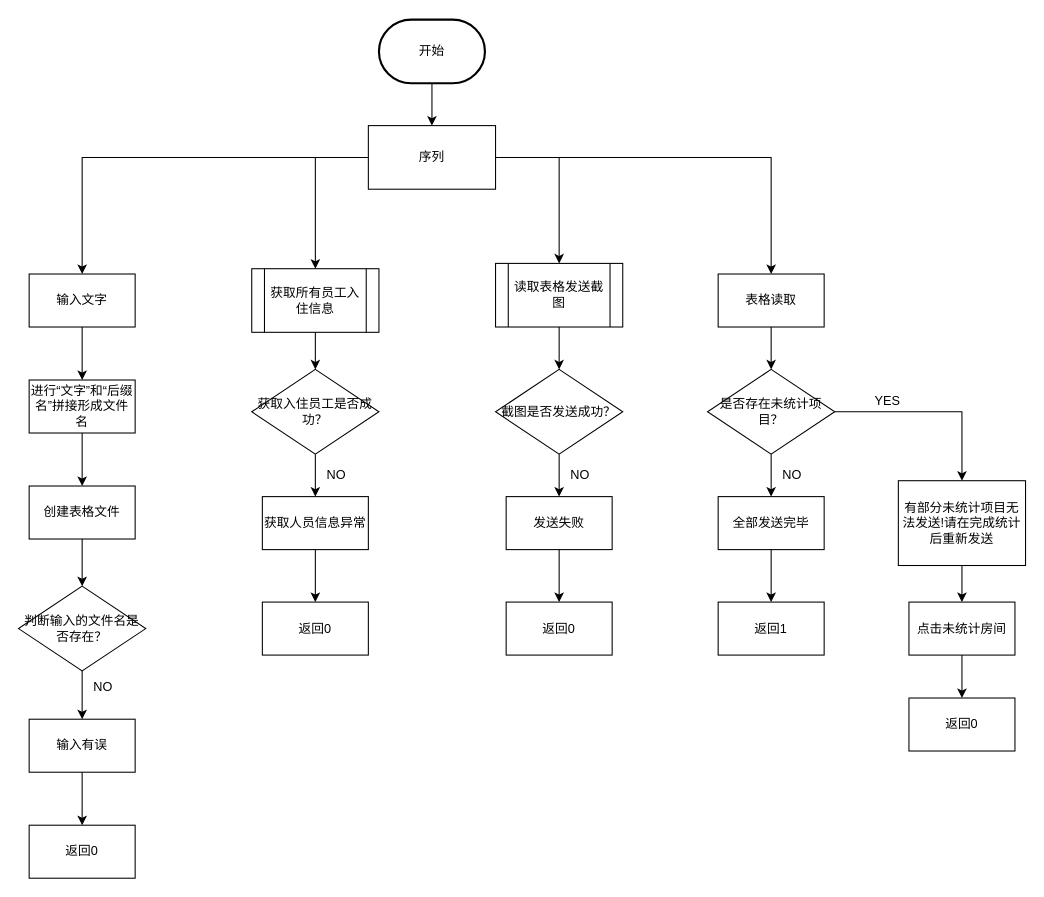
Earlier version of the draw.io diagram page "Main函数" (3 of 12) of Diagram Tanpa Judul.drawio (huangbaozhi/UML). Source tidied: cells renumbered, new cells numbered last; positions are measured from the earlier drawing's top-left corner, leaving out a move shared by most shapes. Both pictures are drawn from the tidied source at 106%, with x=0, y=0 at pixel (18, 19).
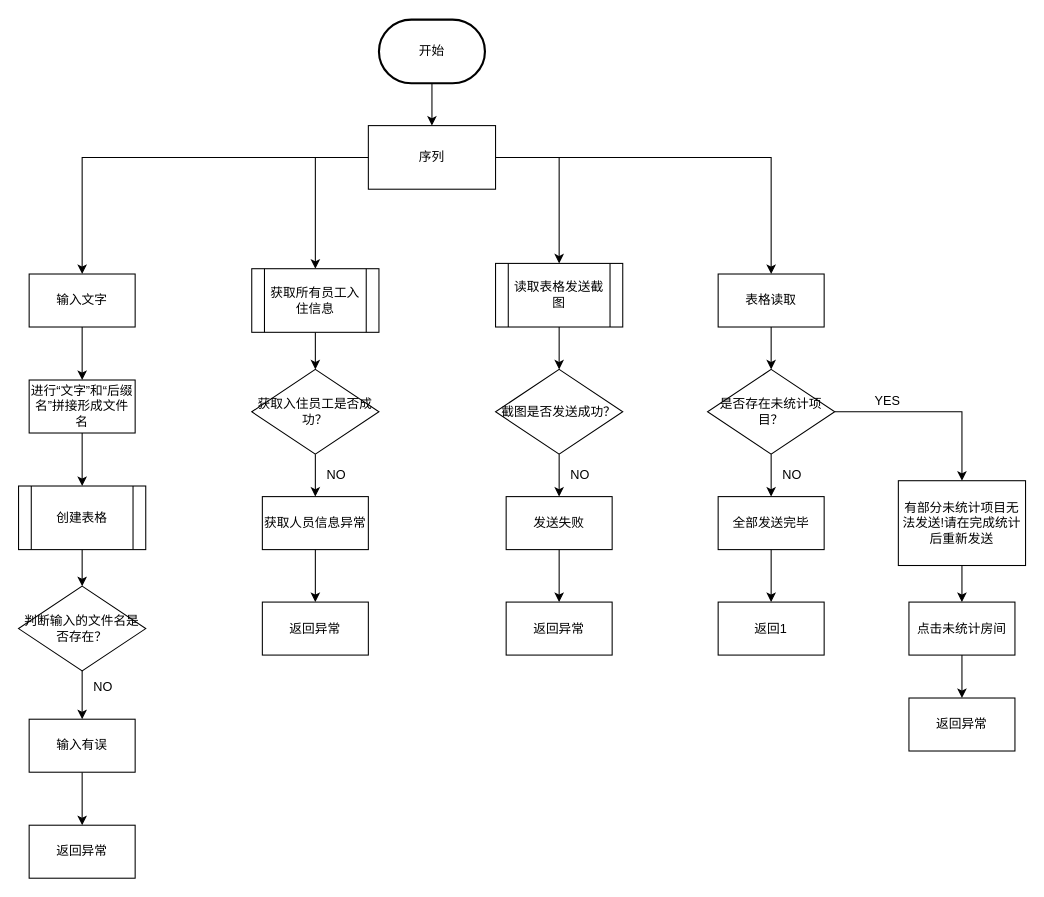
The same page after the edit.

Unchanged cells that the change refers to:
```xml
<mxCell id="12" value="进行“文字”和“后缀名”拼接形成文件名" style="rounded=0;whiteSpace=wrap;html=1;" parent="1" vertex="1">
  <mxGeometry x="10" y="340" width="100" height="50" as="geometry" />
</mxCell>
<mxCell id="16" value="判断输入的文件名是否存在？" style="rhombus;whiteSpace=wrap;html=1;" parent="1" vertex="1">
  <mxGeometry y="534.5" width="120" height="80" as="geometry" />
</mxCell>
```

The edit, as a diff of the source:
```diff
@@
-    <mxCell id="11" style="edgeStyle=orthogonalEdgeStyle;rounded=0;jettySize=auto;html=1;" parent="1" edge="1" source="12" target="14">
-      <mxGeometry relative="1" as="geometry" />
-    </mxCell>
+    <mxCell id="52" style="edgeStyle=orthogonalEdgeStyle;rounded=0;jettySize=auto;html=1;exitX=0.5;exitY=1;exitDx=0;exitDy=0;entryX=0.5;entryY=0;entryDx=0;entryDy=0;" parent="1" edge="1" source="12" target="54">
+      <mxGeometry relative="1" as="geometry" />
+    </mxCell>
@@
-    <mxCell id="13" style="edgeStyle=orthogonalEdgeStyle;rounded=0;jettySize=auto;html=1;" parent="1" edge="1" source="14" target="16">
-      <mxGeometry relative="1" as="geometry" />
-    </mxCell>
-    <mxCell id="14" value="创建表格文件" style="rounded=0;whiteSpace=wrap;html=1;" parent="1" vertex="1">
-      <mxGeometry x="10" y="440" width="100" height="50" as="geometry" />
-    </mxCell>
@@
-    <mxCell id="19" value="返回0" style="rounded=0;whiteSpace=wrap;html=1;" parent="1" vertex="1">
+    <mxCell id="19" value="返回异常" style="rounded=0;whiteSpace=wrap;html=1;" parent="1" vertex="1">
       <mxGeometry x="10" y="760" width="100" height="50" as="geometry" />
     </mxCell>
@@
-    <mxCell id="26" value="返回0" style="rounded=0;whiteSpace=wrap;html=1;" parent="1" vertex="1">
+    <mxCell id="26" value="返回异常" style="rounded=0;whiteSpace=wrap;html=1;" parent="1" vertex="1">
       <mxGeometry x="230" y="549.5" width="100" height="50" as="geometry" />
     </mxCell>
@@
-    <mxCell id="31" value="返回0" style="rounded=0;whiteSpace=wrap;html=1;" parent="1" vertex="1">
+    <mxCell id="31" value="返回异常" style="rounded=0;whiteSpace=wrap;html=1;" parent="1" vertex="1">
       <mxGeometry x="460" y="549.5" width="100" height="50" as="geometry" />
     </mxCell>
@@
-    <mxCell id="51" value="返回0" style="rounded=0;whiteSpace=wrap;html=1;" parent="1" vertex="1">
+    <mxCell id="51" value="返回异常" style="rounded=0;whiteSpace=wrap;html=1;" parent="1" vertex="1">
       <mxGeometry x="840" y="640" width="100" height="50" as="geometry" />
     </mxCell>
+    <mxCell id="53" style="edgeStyle=orthogonalEdgeStyle;rounded=0;jettySize=auto;html=1;exitX=0.5;exitY=1;exitDx=0;exitDy=0;entryX=0.5;entryY=0;entryDx=0;entryDy=0;" parent="1" edge="1" source="54" target="16">
+      <mxGeometry relative="1" as="geometry" />
+    </mxCell>
+    <mxCell id="54" value="创建表格" style="shape=process;whiteSpace=wrap;html=1;backgroundOutline=1;" parent="1" vertex="1">
+      <mxGeometry y="440" width="120" height="60" as="geometry" />
+    </mxCell>
```
